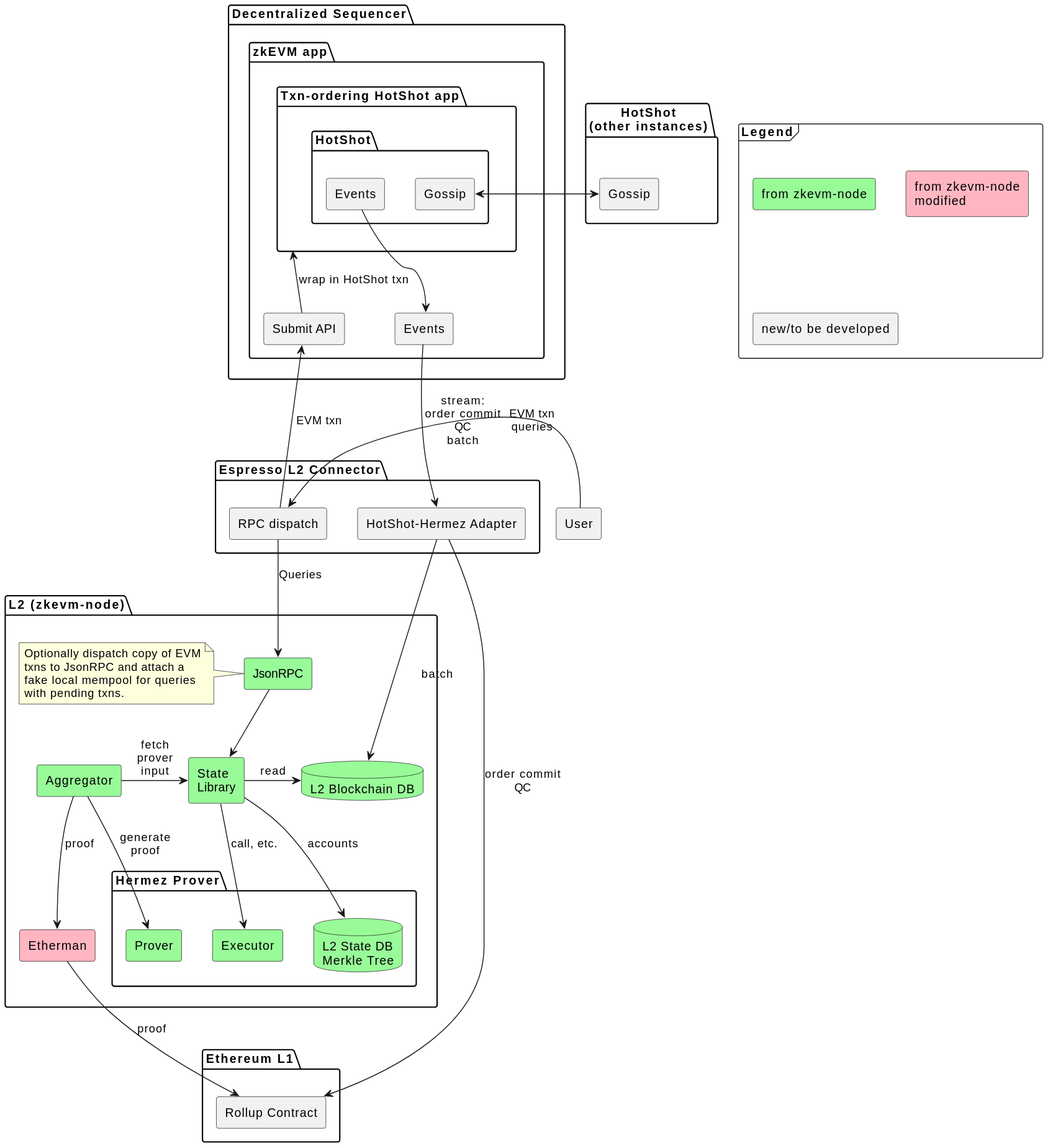
Earlier version of the PlantUML export doc/architecture.svg (EspressoSystems/espresso-sequencer).
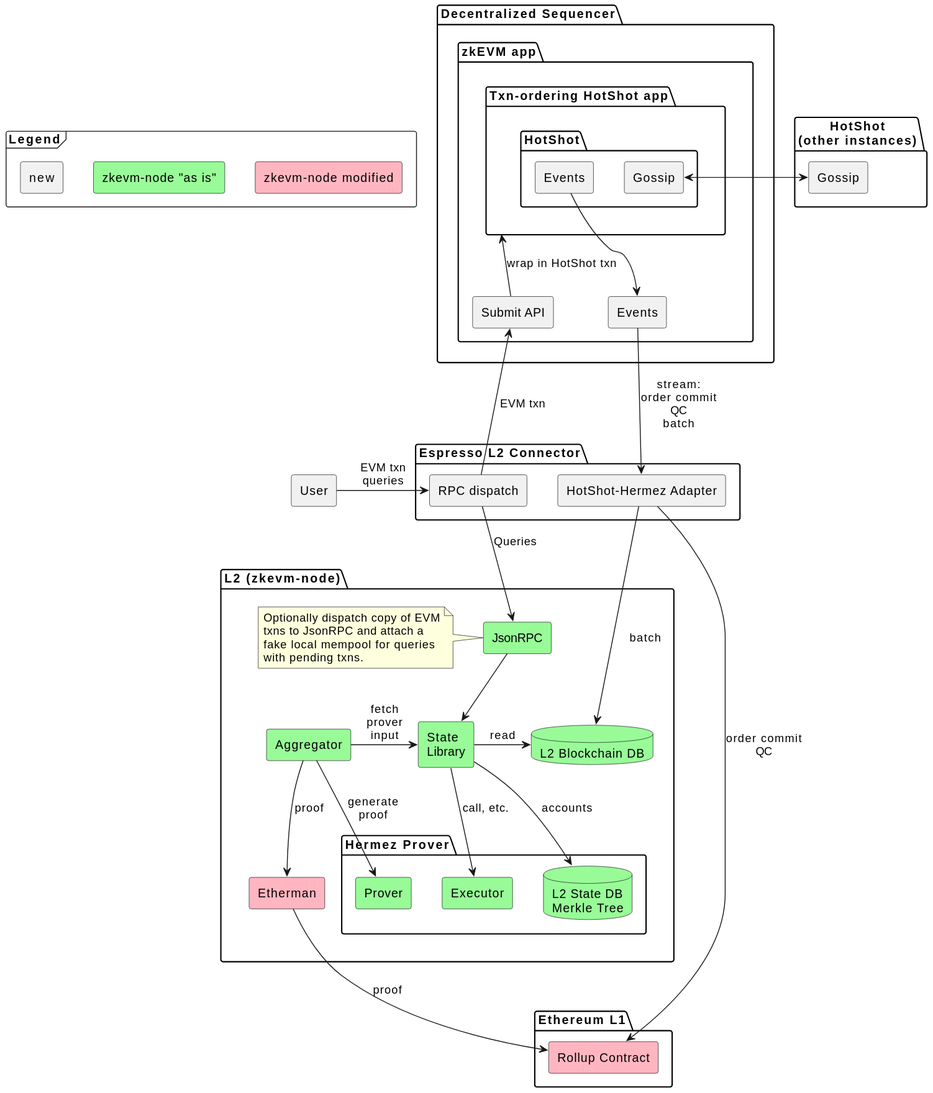
The same diagram one commit later.

Commit message:
Mark rollup contract as "modified"

- Fix layout

What changed in the source:
```diff
@@ -2,10 +2,13 @@
 skinparam componentStyle rectangle
 
 frame Legend {
-  component "from zkevm-node" #PaleGreen
-  component "from zkevm-node\nmodified" #LightPink
-  component "new/to be developed"
+  component "zkevm-node "as is"" as Original #PaleGreen
+  component "zkevm-node modified" as Modified #LightPink
+  component "new" as New
 }
+
+New -[hidden]r-> Original
+Original -[hidden]r-> Modified
 
 component User
 package "HotShot\n(other instances)" as HotShotExternal {
@@ -32,7 +35,7 @@
 }
 
 package "Ethereum L1" as L1 {
-  component "Rollup Contract" as Rollup
+  component "Rollup Contract" as Rollup #LightPink
 }
 
 
@@ -61,6 +64,8 @@
 }
 
 User -> Dispatch: EVM txn\nqueries
+User -[hidden]> L2
+
 Dispatch --> JsonRPC: Queries
 Dispatch -up-> Submit: EVM txn
 
```
